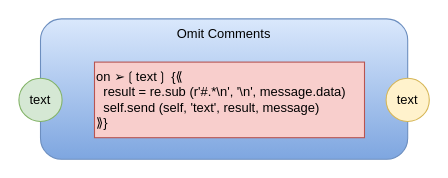
This is poc/omitcomments.drawio from guitarvydas/pypm, a draw.io file, before an edit. Source tidied: cells renumbered, new cells numbered last; positions are measured from the earlier drawing's top-left corner, leaving out a move shared by most shapes. Both pictures are drawn from the tidied source at 108%, with x=0, y=0 at pixel (18, 18).
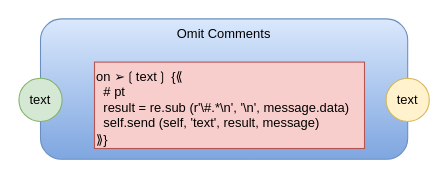
After the change.

What changed in the source:
```diff
@@
 <mxGraphModel>
   <root>
     <mxCell id="0" />
     <mxCell id="1" parent="0" />
     <mxCell id="2" value="Omit Comments" style="rounded=1;whiteSpace=wrap;html=1;horizontal=1;verticalAlign=top;strokeColor=#6c8ebf;fillColor=#dae8fc;gradientColor=#7ea6e0;" parent="1" vertex="1">
       <mxGeometry x="20" width="340" height="130" as="geometry" />
     </mxCell>
     <mxCell id="3" value="text" style="ellipse;whiteSpace=wrap;html=1;fillColor=#d5e8d4;strokeColor=#82b366;" parent="1" vertex="1">
       <mxGeometry y="55" width="40" height="40" as="geometry" />
     </mxCell>
     <mxCell id="4" value="text" style="ellipse;whiteSpace=wrap;html=1;fillColor=#fff2cc;strokeColor=#d6b656;" parent="1" vertex="1">
       <mxGeometry x="340" y="55" width="40" height="40" as="geometry" />
     </mxCell>
-    <mxCell id="5" value="&lt;div&gt;&lt;div&gt;&lt;div&gt;&lt;div&gt;&lt;span&gt;on ➢❲text❳ {⟪&lt;/span&gt;&lt;br&gt;&lt;/div&gt;&lt;/div&gt;&lt;/div&gt;&lt;/div&gt;&lt;div&gt;&lt;div&gt;&lt;div&gt;&amp;nbsp; result = re.sub (r'#.*\n', '\n', message.data)&lt;/div&gt;&lt;div&gt;&amp;nbsp; self.send (self, 'text', result, message)&lt;/div&gt;&lt;/div&gt;&lt;div&gt;&lt;/div&gt;&lt;div&gt;⟫}&lt;/div&gt;&lt;/div&gt;" style="rounded=0;whiteSpace=wrap;html=1;align=left;verticalAlign=top;fillColor=#f8cecc;strokeColor=#b85450;" parent="1" vertex="1">
-      <mxGeometry x="70" y="40" width="250" height="70" as="geometry" />
+    <mxCell id="5" value="&lt;div&gt;&lt;div&gt;&lt;div&gt;&lt;div&gt;&lt;span&gt;on ➢❲text❳ {⟪&lt;/span&gt;&lt;br&gt;&lt;/div&gt;&lt;/div&gt;&lt;/div&gt;&lt;/div&gt;&lt;div&gt;&lt;span&gt;&amp;nbsp; # pt&lt;/span&gt;&lt;/div&gt;&lt;div&gt;&lt;div&gt;&lt;div&gt;&amp;nbsp; result = re.sub (r'\#.*\n', '\n', message.data)&lt;/div&gt;&lt;div&gt;&amp;nbsp; self.send (self, 'text', result, message)&lt;/div&gt;&lt;/div&gt;&lt;div&gt;&lt;/div&gt;&lt;div&gt;⟫}&lt;/div&gt;&lt;/div&gt;" style="rounded=0;whiteSpace=wrap;html=1;align=left;verticalAlign=top;fillColor=#f8cecc;strokeColor=#b85450;" parent="1" vertex="1">
+      <mxGeometry x="70" y="40" width="250" height="80" as="geometry" />
     </mxCell>
   </root>
 </mxGraphModel>
```
